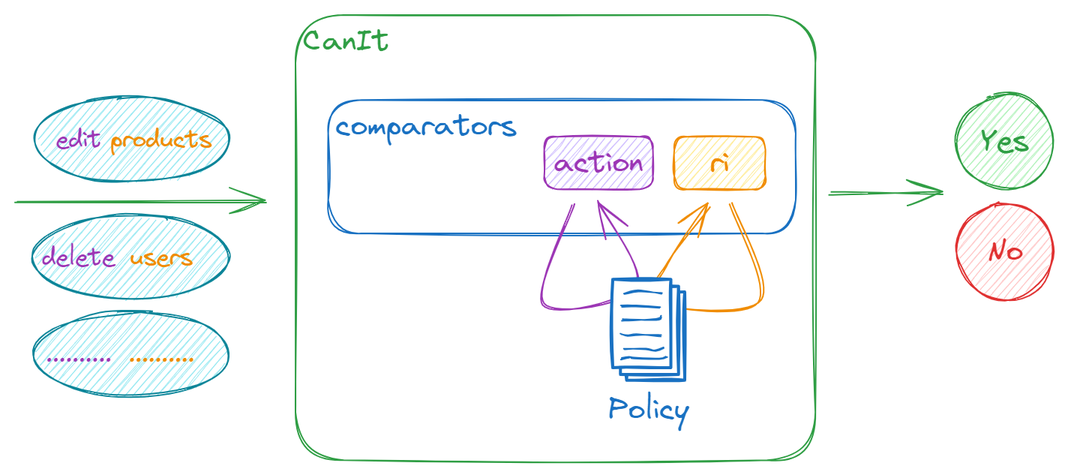
This is assets/core.png from can-it/can-it.github.io, a Excalidraw export, as it was before one commit. Source tidied: one line per element, renumbered; positions are measured from the earlier drawing's top-left corner, leaving out a move shared by most shapes.
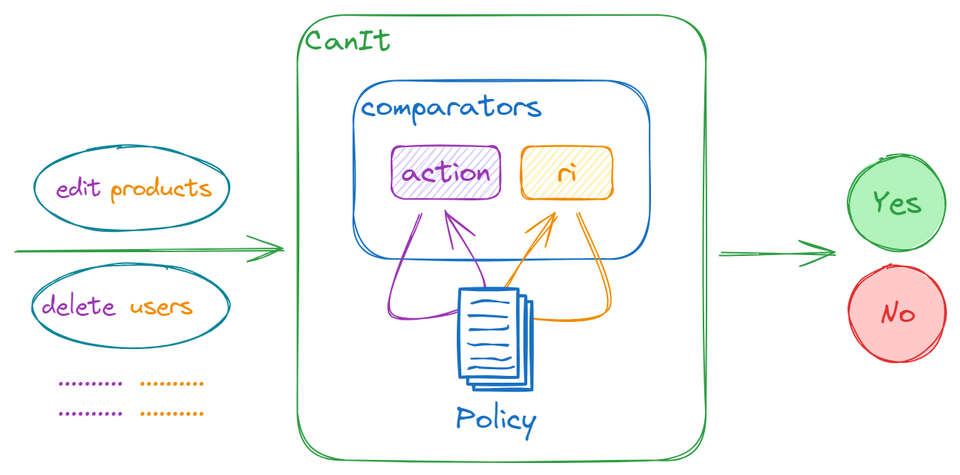
The same file after the commit.

Commit message:
feat(core): beautify the diagram

Diff of the diagram source:
```diff
@@ -1,35 +1,36 @@
+{"id": 2, "type": "rectangle", "strokeColor": "#2f9e44", "strokeWidth": 1, "roughness": 1, "round": true, "x": 186, "y": -1, "width": 272, "height": 297}
+{"id": 3, "type": "text", "text": "CanIt", "strokeColor": "#2f9e44", "strokeWidth": 1, "roughness": 1, "fontSize": 20, "fontFamily": 1, "inside": 2, "x": 191, "y": 4, "width": 58, "height": 25}
-{"id": 0, "type": "rectangle", "strokeColor": "#1971c2", "strokeWidth": 1, "roughness": 1, "round": true, "x": 208, "y": 57, "width": 312, "height": 89}
+{"id": 0, "type": "rectangle", "strokeColor": "#1971c2", "strokeWidth": 1, "roughness": 1, "round": true, "x": 223, "y": 42, "width": 198, "height": 119}
-{"id": 1, "type": "text", "text": "comparators", "strokeColor": "#1971c2", "strokeWidth": 1, "roughness": 1, "fontSize": 20, "fontFamily": 1, "inside": 0, "x": 213, "y": 62, "width": 121, "height": 25}
+{"id": 1, "type": "text", "text": "comparators", "strokeColor": "#1971c2", "strokeWidth": 1, "roughness": 1, "fontSize": 20, "fontFamily": 1, "inside": 0, "x": 228, "y": 47, "width": 121, "height": 25}
-{"id": 2, "type": "rectangle", "strokeColor": "#2f9e44", "strokeWidth": 1, "roughness": 1, "round": true, "x": 186, "y": 0, "width": 347, "height": 297}
-{"id": 3, "type": "text", "text": "CanIt", "strokeColor": "#2f9e44", "strokeWidth": 1, "roughness": 1, "fontSize": 20, "fontFamily": 1, "inside": 2, "x": 191, "y": 5, "width": 58, "height": 25}
-{"id": 4, "type": "arrow", "strokeColor": "#f08c00", "strokeWidth": 1, "roughness": 1, "endArrowhead": "arrow", "round": true, "from": 16, "to": 16, "x": 476, "y": 126, "width": 69, "height": 67, "points": [[0, 0], [19, 65], [-50, 67], [-42, 39], [-14, 1]]}
+{"id": 4, "type": "arrow", "strokeColor": "#f08c00", "strokeWidth": 1, "roughness": 1, "endArrowhead": "arrow", "round": true, "from": 16, "to": 16, "x": 373, "y": 131, "width": 69, "height": 67, "points": [[0, 0], [19, 65], [-50, 67], [-42, 39], [-14, 1]]}
-{"id": 5, "type": "arrow", "strokeColor": "#9c36b5", "strokeWidth": 1, "roughness": 1, "endArrowhead": "arrow", "round": true, "from": 18, "to": 18, "x": 371, "y": 126, "width": 63, "height": 69, "points": [[0, 0], [-19, 67], [43, 54], [16, -3]]}
+{"id": 5, "type": "arrow", "strokeColor": "#9c36b5", "strokeWidth": 1, "roughness": 1, "endArrowhead": "arrow", "round": true, "from": 18, "to": 18, "x": 268, "y": 131, "width": 63, "height": 69, "points": [[0, 0], [-19, 67], [43, 54], [16, -3]]}
-{"id": 6, "type": "rectangle", "strokeColor": "#1971c2", "backgroundColor": "#fff", "fillStyle": "solid", "strokeWidth": 2, "roughness": 1, "x": 407, "y": 185, "width": 39, "height": 59}
+{"id": 6, "type": "rectangle", "strokeColor": "#1971c2", "backgroundColor": "#fff", "fillStyle": "solid", "strokeWidth": 2, "roughness": 1, "x": 303, "y": 190, "width": 39, "height": 59}
-{"id": 7, "type": "rectangle", "strokeColor": "#1971c2", "backgroundColor": "#fff", "fillStyle": "solid", "strokeWidth": 2, "roughness": 1, "x": 402, "y": 181, "width": 39, "height": 59}
+{"id": 7, "type": "rectangle", "strokeColor": "#1971c2", "backgroundColor": "#fff", "fillStyle": "solid", "strokeWidth": 2, "roughness": 1, "x": 299, "y": 186, "width": 39, "height": 59}
-{"id": 8, "type": "rectangle", "strokeColor": "#1971c2", "backgroundColor": "#fff", "fillStyle": "solid", "strokeWidth": 2, "roughness": 1, "x": 397, "y": 176, "width": 39, "height": 59}
+{"id": 8, "type": "rectangle", "strokeColor": "#1971c2", "backgroundColor": "#fff", "fillStyle": "solid", "strokeWidth": 2, "roughness": 1, "x": 294, "y": 181, "width": 39, "height": 59}
-{"id": 9, "type": "line", "strokeColor": "#1971c2", "backgroundColor": "#fff", "fillStyle": "solid", "strokeWidth": 1, "roughness": 1, "round": true, "x": 404, "y": 203, "width": 26, "height": 2, "points": [[0, 0], [22, 0], [26, -2]]}
+{"id": 9, "type": "line", "strokeColor": "#1971c2", "backgroundColor": "#fff", "fillStyle": "solid", "strokeWidth": 1, "roughness": 1, "round": true, "x": 301, "y": 208, "width": 26, "height": 2, "points": [[0, 0], [22, 0], [26, -2]]}
-{"id": 10, "type": "line", "strokeColor": "#1971c2", "backgroundColor": "#fff", "fillStyle": "solid", "strokeWidth": 1, "roughness": 1, "round": true, "x": 405, "y": 186, "width": 25, "height": 2, "points": [[0, 0], [9, -2], [25, 0]]}
+{"id": 10, "type": "line", "strokeColor": "#1971c2", "backgroundColor": "#fff", "fillStyle": "solid", "strokeWidth": 1, "roughness": 1, "round": true, "x": 302, "y": 191, "width": 25, "height": 2, "points": [[0, 0], [9, -2], [25, 0]]}
-{"id": 11, "type": "line", "strokeColor": "#1971c2", "backgroundColor": "#fff", "fillStyle": "solid", "strokeWidth": 1, "roughness": 1, "round": true, "x": 405, "y": 223, "width": 27, "height": 2, "points": [[0, 0], [14, 0], [21, 1], [27, -1]]}
+{"id": 11, "type": "line", "strokeColor": "#1971c2", "backgroundColor": "#fff", "fillStyle": "solid", "strokeWidth": 1, "roughness": 1, "round": true, "x": 302, "y": 228, "width": 27, "height": 2, "points": [[0, 0], [14, 0], [21, 1], [27, -1]]}
-{"id": 12, "type": "line", "strokeColor": "#1971c2", "backgroundColor": "#fff", "fillStyle": "solid", "strokeWidth": 1, "roughness": 1, "round": true, "x": 403, "y": 229, "width": 30, "height": 2, "points": [[0, 0], [6, -1], [9, 0], [25, 0], [30, -1]]}
+{"id": 12, "type": "line", "strokeColor": "#1971c2", "backgroundColor": "#fff", "fillStyle": "solid", "strokeWidth": 1, "roughness": 1, "round": true, "x": 300, "y": 234, "width": 30, "height": 2, "points": [[0, 0], [6, -1], [9, 0], [25, 0], [30, -1]]}
-{"id": 13, "type": "line", "strokeColor": "#1971c2", "backgroundColor": "#fff", "fillStyle": "solid", "strokeWidth": 1, "roughness": 1, "round": true, "x": 403, "y": 194, "width": 26, "height": 1, "points": [[0, 0], [10, 0], [26, 1]]}
+{"id": 13, "type": "line", "strokeColor": "#1971c2", "backgroundColor": "#fff", "fillStyle": "solid", "strokeWidth": 1, "roughness": 1, "round": true, "x": 300, "y": 199, "width": 26, "height": 1, "points": [[0, 0], [10, 0], [26, 1]]}
-{"id": 14, "type": "line", "strokeColor": "#1971c2", "backgroundColor": "#fff", "fillStyle": "solid", "strokeWidth": 1, "roughness": 1, "round": true, "x": 403, "y": 213, "width": 26, "height": 1, "points": [[0, 0], [4, 1], [10, 0], [26, 1]]}
+{"id": 14, "type": "line", "strokeColor": "#1971c2", "backgroundColor": "#fff", "fillStyle": "solid", "strokeWidth": 1, "roughness": 1, "round": true, "x": 300, "y": 218, "width": 26, "height": 1, "points": [[0, 0], [4, 1], [10, 0], [26, 1]]}
-{"id": 15, "type": "text", "text": "Policy", "strokeColor": "#1971c2", "strokeWidth": 1, "roughness": 1, "fontSize": 20, "fontFamily": 1, "textAlign": "center", "verticalAlign": "middle", "x": 395, "y": 251, "width": 53, "height": 25}
+{"id": 15, "type": "text", "text": "Policy", "strokeColor": "#1971c2", "strokeWidth": 1, "roughness": 1, "fontSize": 20, "fontFamily": 1, "textAlign": "center", "verticalAlign": "middle", "x": 292, "y": 256, "width": 53, "height": 25}
-{"id": 16, "type": "rectangle", "strokeColor": "#f08c00", "backgroundColor": "#ffec99", "fillStyle": "hachure", "strokeWidth": 1, "roughness": 1, "round": true, "x": 438, "y": 81, "width": 61, "height": 35}
+{"id": 16, "type": "rectangle", "strokeColor": "#f08c00", "backgroundColor": "#ffec99", "fillStyle": "hachure", "strokeWidth": 1, "roughness": 1, "round": true, "x": 335, "y": 86, "width": 61, "height": 35}
-{"id": 17, "type": "text", "text": "ri", "strokeColor": "#f08c00", "backgroundColor": "#ffec99", "fillStyle": "hachure", "strokeWidth": 1, "roughness": 1, "fontSize": 20, "fontFamily": 1, "textAlign": "center", "verticalAlign": "middle", "inside": 16, "x": 462, "y": 86, "width": 13, "height": 25}
+{"id": 17, "type": "text", "text": "ri", "strokeColor": "#f08c00", "backgroundColor": "#ffec99", "fillStyle": "hachure", "strokeWidth": 1, "roughness": 1, "fontSize": 20, "fontFamily": 1, "textAlign": "center", "verticalAlign": "middle", "inside": 16, "x": 359, "y": 91, "width": 13, "height": 25}
-{"id": 18, "type": "rectangle", "strokeColor": "#9c36b5", "backgroundColor": "#d0bfff", "fillStyle": "hachure", "strokeWidth": 1, "roughness": 1, "round": true, "x": 352, "y": 81, "width": 72, "height": 35}
+{"id": 18, "type": "rectangle", "strokeColor": "#9c36b5", "backgroundColor": "#d0bfff", "fillStyle": "hachure", "strokeWidth": 1, "roughness": 1, "round": true, "x": 249, "y": 86, "width": 72, "height": 35}
-{"id": 19, "type": "text", "text": "action", "strokeColor": "#9c36b5", "backgroundColor": "#ffec99", "fillStyle": "hachure", "strokeWidth": 1, "roughness": 1, "fontSize": 20, "fontFamily": 1, "textAlign": "center", "verticalAlign": "middle", "inside": 18, "x": 358, "y": 86, "width": 59, "height": 25}
+{"id": 19, "type": "text", "text": "action", "strokeColor": "#9c36b5", "backgroundColor": "#ffec99", "fillStyle": "hachure", "strokeWidth": 1, "roughness": 1, "fontSize": 20, "fontFamily": 1, "textAlign": "center", "verticalAlign": "middle", "inside": 18, "x": 255, "y": 91, "width": 59, "height": 25}
-{"id": 20, "type": "arrow", "strokeColor": "#2f9e44", "backgroundColor": "#ffec99", "fillStyle": "hachure", "strokeWidth": 1, "roughness": 1, "endArrowhead": "arrow", "round": true, "to": 2, "x": 0, "y": 124, "width": 166, "height": 0, "points": [[0, 0], [166, 0]]}
+{"id": 20, "type": "arrow", "strokeColor": "#2f9e44", "backgroundColor": "#ffec99", "fillStyle": "hachure", "strokeWidth": 1, "roughness": 1, "endArrowhead": "arrow", "round": true, "to": 2, "x": -1, "y": 155, "width": 178, "height": 1, "points": [[0, 0], [178, -1]]}
-{"id": 21, "type": "arrow", "strokeColor": "#2f9e44", "backgroundColor": "#ffec99", "fillStyle": "hachure", "strokeWidth": 1, "roughness": 1, "endArrowhead": "arrow", "round": true, "from": 2, "x": 543, "y": 119, "width": 73, "height": 0, "points": [[0, 0], [73, 0]]}
+{"id": 21, "type": "arrow", "strokeColor": "#2f9e44", "backgroundColor": "#ffec99", "fillStyle": "hachure", "strokeWidth": 1, "roughness": 1, "endArrowhead": "arrow", "round": true, "from": 2, "x": 469, "y": 158, "width": 74, "height": 0, "points": [[0, 0], [74, 0]]}
-{"id": 22, "type": "ellipse", "strokeColor": "#2f9e44", "backgroundColor": "#b2f2bb", "fillStyle": "hachure", "strokeWidth": 1, "roughness": 1, "round": true, "x": 627, "y": 52, "width": 64, "height": 64}
+{"id": 22, "type": "ellipse", "strokeColor": "#2f9e44", "backgroundColor": "#b2f2bb", "fillStyle": "solid", "strokeWidth": 1, "roughness": 1, "round": true, "x": 553, "y": 92, "width": 64, "height": 64}
-{"id": 23, "type": "text", "text": "Yes", "strokeColor": "#2f9e44", "backgroundColor": "#d0bfff", "fillStyle": "hachure", "strokeWidth": 1, "roughness": 1, "fontSize": 20, "fontFamily": 1, "textAlign": "center", "verticalAlign": "middle", "inside": 22, "x": 643, "y": 71, "width": 32, "height": 25}
+{"id": 23, "type": "text", "text": "Yes", "strokeColor": "#2f9e44", "backgroundColor": "#d0bfff", "fillStyle": "solid", "strokeWidth": 1, "roughness": 1, "fontSize": 20, "fontFamily": 1, "textAlign": "center", "verticalAlign": "middle", "inside": 22, "x": 570, "y": 111, "width": 32, "height": 25}
-{"id": 24, "type": "ellipse", "strokeColor": "#e03131", "backgroundColor": "#ffc9c9", "fillStyle": "hachure", "strokeWidth": 1, "roughness": 1, "round": true, "x": 627, "y": 126, "width": 64, "height": 64}
+{"id": 24, "type": "ellipse", "strokeColor": "#e03131", "backgroundColor": "#ffc9c9", "fillStyle": "solid", "strokeWidth": 1, "roughness": 1, "round": true, "x": 553, "y": 166, "width": 64, "height": 64}
-{"id": 25, "type": "text", "text": "No", "strokeColor": "#e03131", "backgroundColor": "#d0bfff", "fillStyle": "hachure", "strokeWidth": 1, "roughness": 1, "fontSize": 20, "fontFamily": 1, "textAlign": "center", "verticalAlign": "middle", "inside": 24, "x": 647, "y": 145, "width": 24, "height": 25}
+{"id": 25, "type": "text", "text": "No", "strokeColor": "#e03131", "backgroundColor": "#d0bfff", "fillStyle": "solid", "strokeWidth": 1, "roughness": 1, "fontSize": 20, "fontFamily": 1, "textAlign": "center", "verticalAlign": "middle", "inside": 24, "x": 574, "y": 185, "width": 24, "height": 25}
-{"id": 26, "type": "ellipse", "strokeColor": "#0c8599", "backgroundColor": "#99e9f2", "fillStyle": "hachure", "strokeWidth": 1, "roughness": 1, "round": true, "x": 11, "y": 55, "width": 130, "height": 56}
+{"id": 26, "type": "ellipse", "strokeColor": "#0c8599", "backgroundColor": "#ffffff", "fillStyle": "hachure", "strokeWidth": 1, "roughness": 1, "round": true, "x": 10, "y": 86, "width": 130, "height": 56}
-{"id": 27, "type": "text", "text": "edit", "strokeColor": "#9c36b5", "backgroundColor": "#ffec99", "fillStyle": "hachure", "strokeWidth": 1, "roughness": 1, "fontSize": 16, "fontFamily": 1, "textAlign": "center", "verticalAlign": "middle", "x": 26, "y": 73, "width": 30, "height": 20}
+{"id": 27, "type": "text", "text": "edit", "strokeColor": "#9c36b5", "backgroundColor": "#ffffff", "fillStyle": "hachure", "strokeWidth": 1, "roughness": 1, "fontSize": 16, "fontFamily": 1, "textAlign": "center", "verticalAlign": "middle", "x": 25, "y": 105, "width": 30, "height": 20}
-{"id": 28, "type": "text", "text": "products", "strokeColor": "#f08c00", "backgroundColor": "#ffec99", "fillStyle": "hachure", "strokeWidth": 1, "roughness": 1, "fontSize": 16, "fontFamily": 1, "textAlign": "center", "verticalAlign": "middle", "x": 63, "y": 73, "width": 68, "height": 20}
+{"id": 28, "type": "text", "text": "products", "strokeColor": "#f08c00", "backgroundColor": "#ffffff", "fillStyle": "hachure", "strokeWidth": 1, "roughness": 1, "fontSize": 16, "fontFamily": 1, "textAlign": "center", "verticalAlign": "middle", "x": 61, "y": 105, "width": 68, "height": 20}
-{"id": 29, "type": "ellipse", "strokeColor": "#0c8599", "backgroundColor": "#99e9f2", "fillStyle": "hachure", "strokeWidth": 1, "roughness": 1, "round": true, "x": 11, "y": 133, "width": 130, "height": 56}
+{"id": 29, "type": "ellipse", "strokeColor": "#0c8599", "backgroundColor": "#ffffff", "fillStyle": "solid", "strokeWidth": 1, "roughness": 1, "round": true, "x": 10, "y": 165, "width": 130, "height": 56}
-{"id": 30, "type": "text", "text": "delete", "strokeColor": "#9c36b5", "backgroundColor": "#ffec99", "fillStyle": "hachure", "strokeWidth": 1, "roughness": 1, "fontSize": 16, "fontFamily": 1, "textAlign": "center", "verticalAlign": "middle", "x": 17, "y": 152, "width": 49, "height": 20}
+{"id": 30, "type": "text", "text": "delete", "strokeColor": "#9c36b5", "backgroundColor": "#ffffff", "fillStyle": "solid", "strokeWidth": 1, "roughness": 1, "fontSize": 16, "fontFamily": 1, "textAlign": "center", "verticalAlign": "middle", "x": 16, "y": 183, "width": 49, "height": 20}
-{"id": 31, "type": "text", "text": "users", "strokeColor": "#f08c00", "backgroundColor": "#ffec99", "fillStyle": "hachure", "strokeWidth": 1, "roughness": 1, "fontSize": 16, "fontFamily": 1, "textAlign": "center", "verticalAlign": "middle", "x": 75, "y": 152, "width": 42, "height": 20}
+{"id": 31, "type": "text", "text": "users", "strokeColor": "#f08c00", "backgroundColor": "#ffffff", "fillStyle": "solid", "strokeWidth": 1, "roughness": 1, "fontSize": 16, "fontFamily": 1, "textAlign": "center", "verticalAlign": "middle", "x": 74, "y": 183, "width": 42, "height": 20}
-{"id": 32, "type": "ellipse", "strokeColor": "#0c8599", "backgroundColor": "#99e9f2", "fillStyle": "hachure", "strokeWidth": 1, "roughness": 1, "round": true, "x": 11, "y": 198, "width": 130, "height": 56}
-{"id": 33, "type": "text", "text": "..........", "strokeColor": "#9c36b5", "backgroundColor": "#ffec99", "fillStyle": "hachure", "strokeWidth": 1, "roughness": 1, "fontSize": 16, "fontFamily": 1, "textAlign": "center", "verticalAlign": "middle", "x": 19, "y": 217, "width": 44, "height": 20}
+{"id": 33, "type": "text", "text": "..........", "strokeColor": "#9c36b5", "backgroundColor": "white", "fillStyle": "hachure", "strokeWidth": 1, "roughness": 1, "fontSize": 16.0, "fontFamily": 1, "textAlign": "center", "verticalAlign": "middle", "x": 26, "y": 231, "width": 44, "height": 20}
-{"id": 34, "type": "text", "text": "..........", "strokeColor": "#f08c00", "backgroundColor": "#ffec99", "fillStyle": "hachure", "strokeWidth": 1, "roughness": 1, "fontSize": 16, "fontFamily": 1, "textAlign": "center", "verticalAlign": "middle", "x": 74, "y": 217, "width": 44, "height": 20}
+{"id": 34, "type": "text", "text": "..........", "strokeColor": "#f08c00", "backgroundColor": "white", "fillStyle": "hachure", "strokeWidth": 1, "roughness": 1, "fontSize": 16.0, "fontFamily": 1, "textAlign": "center", "verticalAlign": "middle", "x": 80, "y": 231, "width": 44, "height": 20}
+{"id": 35, "type": "text", "text": "..........", "strokeColor": "#9c36b5", "backgroundColor": "white", "fillStyle": "hachure", "strokeWidth": 1, "roughness": 1, "fontSize": 16.0, "fontFamily": 1, "textAlign": "center", "verticalAlign": "middle", "x": 26, "y": 251, "width": 44, "height": 20}
+{"id": 36, "type": "text", "text": "..........", "strokeColor": "#f08c00", "backgroundColor": "white", "fillStyle": "hachure", "strokeWidth": 1, "roughness": 1, "fontSize": 16.0, "fontFamily": 1, "textAlign": "center", "verticalAlign": "middle", "x": 80, "y": 251, "width": 44, "height": 20}
```
